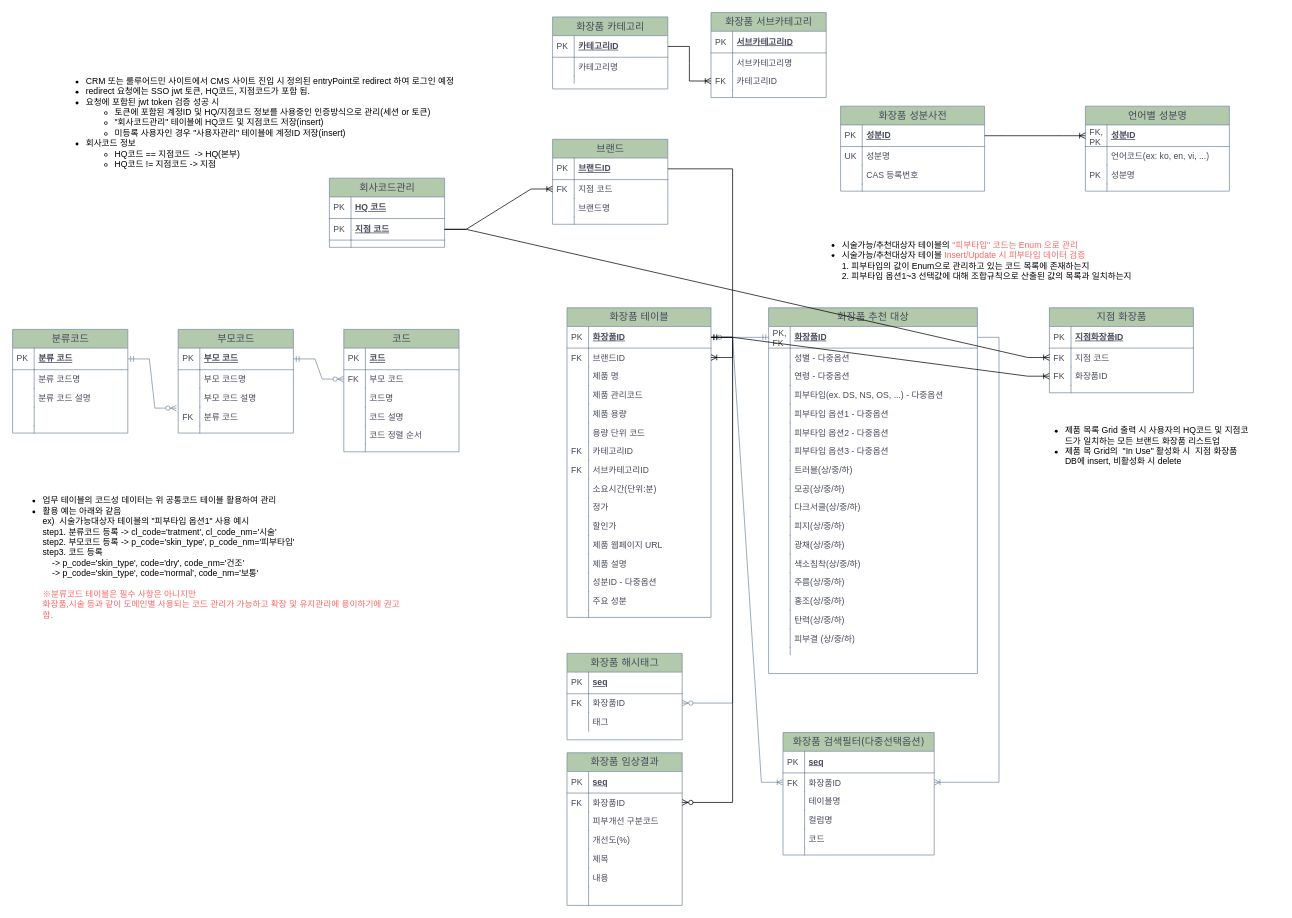
This is lulu-cms-제품추천ERD-0.1.drawio from minkyu1128/DomainDesign, a draw.io file, before an edit. Source tidied: cells renumbered, new cells numbered last; positions are measured from the earlier drawing's top-left corner, leaving out a move shared by most shapes. Both pictures are drawn from the tidied source at 72%, with x=0, y=0 at pixel (12, -35).
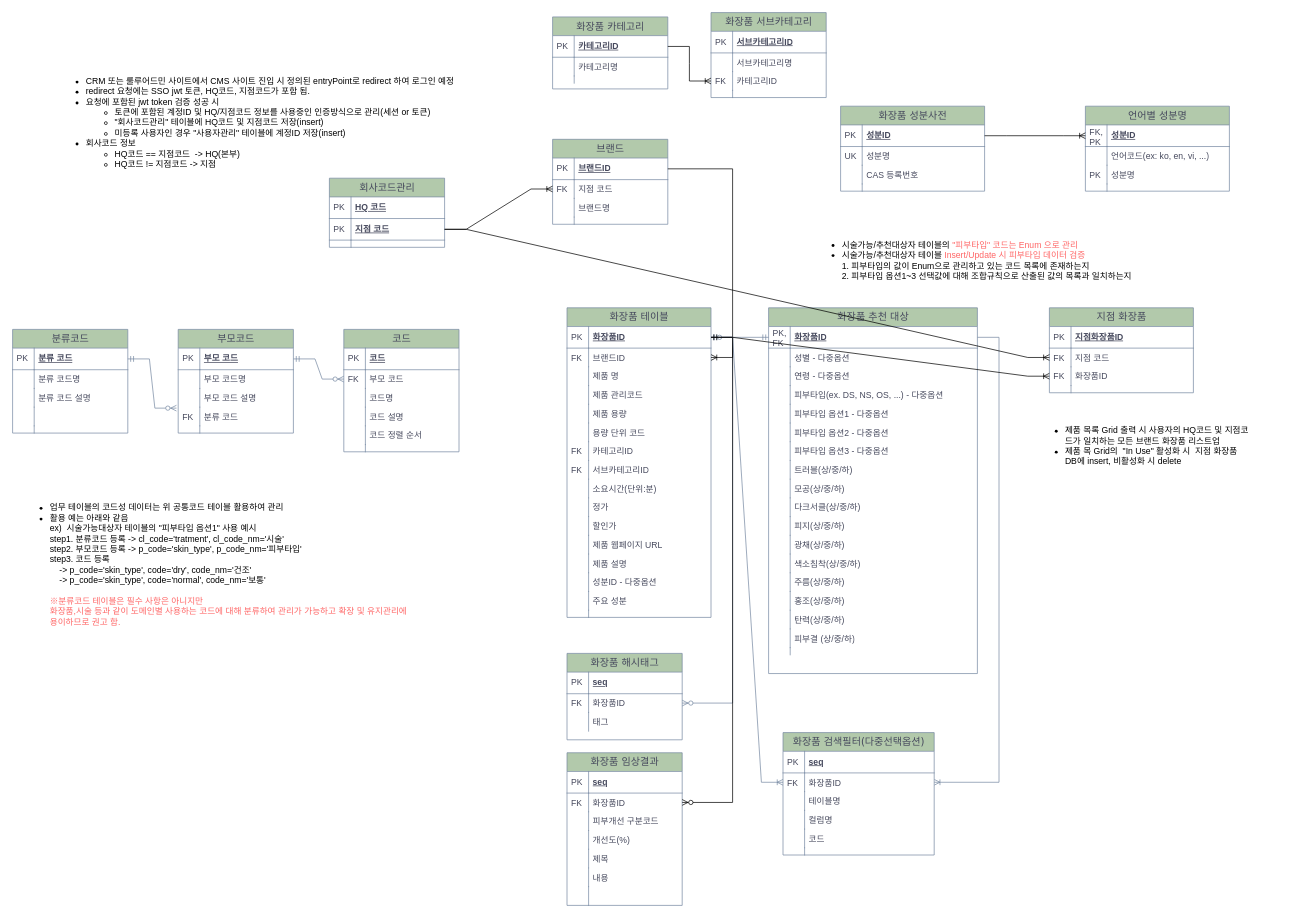
The same diagram, later.

Commit message:
lulu-cms-제품추천ERD-0.1.drawio 업데이트

What changed in the source:
```diff
@@
-    <mxCell id="68" value="&lt;div&gt;&lt;font&gt;&lt;br&gt;&lt;/font&gt;&lt;/div&gt;&lt;ul&gt;&lt;li&gt;업무 테이블의 코드성 데이터는 위 공통코드 테이블 활용하여 관리&lt;br&gt;&lt;/li&gt;&lt;li&gt;&lt;font&gt;활용 예는 아래와 같음&lt;br&gt;ex)&amp;nbsp; 시술가능대상자 테이블의 &quot;피부타입 옵션1&quot; 사용 예시&lt;br&gt;step1. 분류코드 등록 -&amp;gt; cl_code='tratment', cl_code_nm='시술'&lt;br&gt;step2. 부모코드 등록 -&amp;gt; p_code='skin_type', p_code_nm='피부타입'&lt;br&gt;step3. 코드 등록&amp;nbsp;&lt;/font&gt;&lt;br&gt;&amp;nbsp; &amp;nbsp; -&amp;gt;&amp;nbsp;p_code='skin_type',&amp;nbsp;code='dry',&amp;nbsp;code_nm='건조'&lt;br&gt;&amp;nbsp; &amp;nbsp; -&amp;gt;&amp;nbsp;p_code='skin_type',&amp;nbsp;code='normal',&amp;nbsp;code_nm='보통'&lt;br&gt;&lt;br&gt;&lt;font color=&quot;#ff6666&quot;&gt;※분류코드 테이블은 필수 사항은 아니지만&lt;br&gt;화장품,시술 등과 같이 도메인별 사용되는 코드 관리가 가능하고 확장 및 유지관리에 용이하기에 권고 함.&lt;/font&gt;&lt;/li&gt;&lt;/ul&gt;" style="text;html=1;whiteSpace=wrap;verticalAlign=middle;overflow=hidden;labelBackgroundColor=default;" parent="1" vertex="1">
-      <mxGeometry y="686" width="540" height="260" as="geometry" />
-    </mxCell>
@@
+    <mxCell id="218" value="&lt;div&gt;&lt;font&gt;&lt;br&gt;&lt;/font&gt;&lt;/div&gt;&lt;ul&gt;&lt;li&gt;업무 테이블의 코드성 데이터는 위 공통코드 테이블 활용하여 관리&lt;br&gt;&lt;/li&gt;&lt;li&gt;&lt;font&gt;활용 예는 아래와 같음&lt;br&gt;ex)&amp;nbsp; 시술가능대상자 테이블의 &quot;피부타입 옵션1&quot; 사용 예시&lt;br&gt;step1. 분류코드 등록 -&amp;gt; cl_code='tratment', cl_code_nm='시술'&lt;br&gt;step2. 부모코드 등록 -&amp;gt; p_code='skin_type', p_code_nm='피부타입'&lt;br&gt;step3. 코드 등록&amp;nbsp;&lt;/font&gt;&lt;br&gt;&amp;nbsp; &amp;nbsp; -&amp;gt;&amp;nbsp;p_code='skin_type',&amp;nbsp;code='dry',&amp;nbsp;code_nm='건조'&lt;br&gt;&amp;nbsp; &amp;nbsp; -&amp;gt;&amp;nbsp;p_code='skin_type',&amp;nbsp;code='normal',&amp;nbsp;code_nm='보통'&lt;br&gt;&lt;br&gt;&lt;font color=&quot;#ff6666&quot;&gt;※분류코드 테이블은 필수 사항은 아니지만&lt;br&gt;화장품,시술 등과 같이 도메인별 사용하는 코드에 대해 분류하여 관리가 가능하고 확장 및 유지관리에 용이하므로 권고 함.&lt;/font&gt;&lt;/li&gt;&lt;/ul&gt;" style="text;html=1;whiteSpace=wrap;verticalAlign=middle;overflow=hidden;labelBackgroundColor=default;" parent="1" vertex="1">
+      <mxGeometry x="10" y="696" width="540" height="260" as="geometry" />
+    </mxCell>
```
